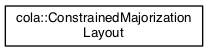
Above: documentation/inherit_graph_18.png in mjwybrow/adaptagrams (Graphviz), before the change. Its source is kept beside it as documentation/inherit_graph_18.dot. The source it was exported from:
```dot
digraph "Graphical Class Hierarchy"
{
  edge [fontname="Helvetica",fontsize="10",labelfontname="Helvetica",labelfontsize="10"];
  node [fontname="Helvetica",fontsize="10",shape=record];
  rankdir="LR";
  Node1 [label="cola::ConstrainedMajorization\lLayout",height=0.2,width=0.4,color="black", fillcolor="white", style="filled",URL="$classcola_1_1ConstrainedMajorizationLayout.html",tooltip="Implements the Constrained Majorization graph layout algorithm (deprecated). "];
}
```
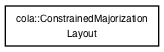
After the commit.

What changed in the source:
```diff
@@ -3,5 +3,5 @@
   edge [fontname="Helvetica",fontsize="10",labelfontname="Helvetica",labelfontsize="10"];
   node [fontname="Helvetica",fontsize="10",shape=record];
   rankdir="LR";
-  Node1 [label="cola::ConstrainedMajorization\lLayout",height=0.2,width=0.4,color="black", fillcolor="white", style="filled",URL="$classcola_1_1ConstrainedMajorizationLayout.html",tooltip="Implements the Constrained Majorization graph layout algorithm (deprecated). "];
+  Node0 [label="cola::ConstrainedMajorization\lLayout",height=0.2,width=0.4,color="black", fillcolor="white", style="filled",URL="$classcola_1_1ConstrainedMajorizationLayout.html",tooltip="Implements the Constrained Majorization graph layout algorithm (deprecated). "];
 }
```
